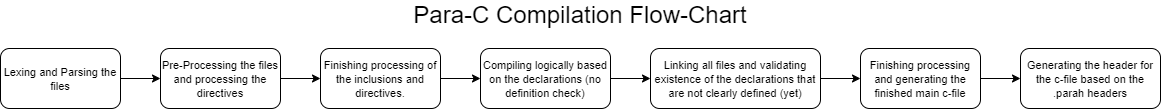
Earlier version of the draw.io export img/Para-C-Compilation-Flow-Chart.png (Para-Lang/para-compiler). Source tidied: cells renumbered, new cells last; positions are measured from the earlier drawing's top-left corner, leaving out a move shared by most shapes.
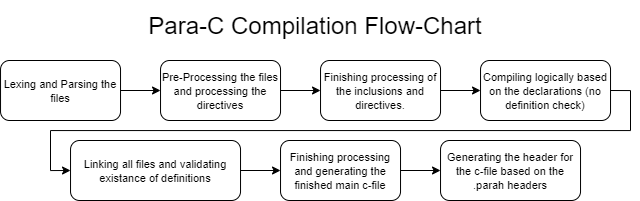
Above is the later version.

Commit message:
Updated compiler structure section in ParaC-Luna-Klatzer.docx

Change to the diagram source:
```diff
@@ -6,43 +6,50 @@
       <mxGeometry relative="1" as="geometry" />
     </mxCell>
     <mxCell id="3" value="&lt;font style=&quot;font-size: 11px&quot;&gt;Lexing and Parsing the files&lt;/font&gt;" style="rounded=1;whiteSpace=wrap;html=1;" parent="1" vertex="1">
-      <mxGeometry y="30" width="120" height="60" as="geometry" />
+      <mxGeometry x="15" y="20" width="120" height="60" as="geometry" />
     </mxCell>
-    <mxCell id="4" value="&lt;div&gt;&lt;font style=&quot;font-size: 24px&quot;&gt;Para-C Compilation Flow-Chart&lt;/font&gt;&lt;/div&gt;&lt;div&gt;&lt;font style=&quot;font-size: 24px&quot;&gt;&lt;br&gt;&lt;/font&gt;&lt;/div&gt;" style="text;html=1;strokeColor=none;fillColor=none;align=center;verticalAlign=middle;whiteSpace=wrap;rounded=0;" parent="1" vertex="1">
-      <mxGeometry x="355" width="450" height="20" as="geometry" />
+    <mxCell id="4" value="&lt;div&gt;&lt;font style=&quot;font-size: 24px&quot;&gt;Para-C Compilation Flow-Chart&lt;/font&gt;&lt;/div&gt;" style="text;html=1;strokeColor=none;fillColor=none;align=center;verticalAlign=middle;whiteSpace=wrap;rounded=0;" parent="1" vertex="1">
+      <mxGeometry x="155" y="-40" width="350" height="50" as="geometry" />
     </mxCell>
     <mxCell id="5" style="edgeStyle=orthogonalEdgeStyle;rounded=0;jettySize=auto;html=1;exitX=1;exitY=0.5;exitDx=0;exitDy=0;entryX=0;entryY=0.5;entryDx=0;entryDy=0;" parent="1" edge="1" source="6" target="8">
       <mxGeometry relative="1" as="geometry" />
     </mxCell>
     <mxCell id="6" value="&lt;font style=&quot;font-size: 11px&quot;&gt;Pre-Processing the files and processing the directives&lt;/font&gt;" style="rounded=1;whiteSpace=wrap;html=1;" parent="1" vertex="1">
-      <mxGeometry x="160" y="30" width="120" height="60" as="geometry" />
+      <mxGeometry x="175" y="20" width="120" height="60" as="geometry" />
     </mxCell>
     <mxCell id="7" style="edgeStyle=orthogonalEdgeStyle;rounded=0;jettySize=auto;html=1;exitX=1;exitY=0.5;exitDx=0;exitDy=0;entryX=0;entryY=0.5;entryDx=0;entryDy=0;" parent="1" edge="1" source="8" target="10">
       <mxGeometry relative="1" as="geometry" />
     </mxCell>
     <mxCell id="8" value="&lt;font style=&quot;font-size: 11px&quot;&gt;Finishing processing of the inclusions and directives.&lt;/font&gt;" style="rounded=1;whiteSpace=wrap;html=1;" parent="1" vertex="1">
-      <mxGeometry x="320" y="30" width="120" height="60" as="geometry" />
+      <mxGeometry x="335" y="20" width="120" height="60" as="geometry" />
     </mxCell>
     <mxCell id="9" style="edgeStyle=orthogonalEdgeStyle;rounded=0;jettySize=auto;html=1;exitX=1;exitY=0.5;exitDx=0;exitDy=0;entryX=0;entryY=0.5;entryDx=0;entryDy=0;" parent="1" edge="1" source="10" target="12">
-      <mxGeometry relative="1" as="geometry" />
+      <mxGeometry relative="1" as="geometry">
+        <Array as="points">
+          <mxPoint x="645" y="50" />
+          <mxPoint x="645" y="90" />
+          <mxPoint x="65" y="90" />
+          <mxPoint x="65" y="130" />
+        </Array>
+      </mxGeometry>
     </mxCell>
     <mxCell id="10" value="&lt;font style=&quot;font-size: 11px&quot;&gt;Compiling logically based on the declarations (no definition check)&lt;/font&gt;" style="rounded=1;whiteSpace=wrap;html=1;" parent="1" vertex="1">
-      <mxGeometry x="480" y="30" width="130" height="60" as="geometry" />
+      <mxGeometry x="495" y="20" width="130" height="60" as="geometry" />
     </mxCell>
     <mxCell id="11" style="edgeStyle=orthogonalEdgeStyle;rounded=0;jettySize=auto;html=1;exitX=1;exitY=0.5;exitDx=0;exitDy=0;entryX=0;entryY=0.5;entryDx=0;entryDy=0;" parent="1" edge="1" source="12" target="14">
       <mxGeometry relative="1" as="geometry" />
     </mxCell>
-    <mxCell id="12" value="&lt;font style=&quot;font-size: 11px&quot;&gt;Linking all files and validating existence of the declarations that are not clearly defined (yet)&lt;/font&gt;" style="rounded=1;whiteSpace=wrap;html=1;" parent="1" vertex="1">
-      <mxGeometry x="650" y="30" width="170" height="60" as="geometry" />
+    <mxCell id="12" value="&lt;font style=&quot;font-size: 11px&quot;&gt;Linking all files and validating existance of definitions&lt;/font&gt;" style="rounded=1;whiteSpace=wrap;html=1;" parent="1" vertex="1">
+      <mxGeometry x="85" y="100" width="170" height="60" as="geometry" />
     </mxCell>
     <mxCell id="13" style="edgeStyle=orthogonalEdgeStyle;rounded=0;jettySize=auto;html=1;exitX=1;exitY=0.5;exitDx=0;exitDy=0;entryX=0;entryY=0.5;entryDx=0;entryDy=0;" parent="1" edge="1" source="14" target="15">
       <mxGeometry relative="1" as="geometry" />
     </mxCell>
     <mxCell id="14" value="&lt;font style=&quot;font-size: 11px&quot;&gt;Finishing processing and generating the finished main c-file&lt;/font&gt;" style="rounded=1;whiteSpace=wrap;html=1;" parent="1" vertex="1">
-      <mxGeometry x="860" y="30" width="120" height="60" as="geometry" />
+      <mxGeometry x="295" y="100" width="120" height="60" as="geometry" />
     </mxCell>
     <mxCell id="15" value="&lt;font style=&quot;font-size: 11px&quot;&gt;Generating the header for the c-file based on the .parah headers&lt;/font&gt;" style="rounded=1;whiteSpace=wrap;html=1;" parent="1" vertex="1">
-      <mxGeometry x="1020" y="30" width="140" height="60" as="geometry" />
+      <mxGeometry x="455" y="100" width="140" height="60" as="geometry" />
     </mxCell>
   </root>
 </mxGraphModel>
```
